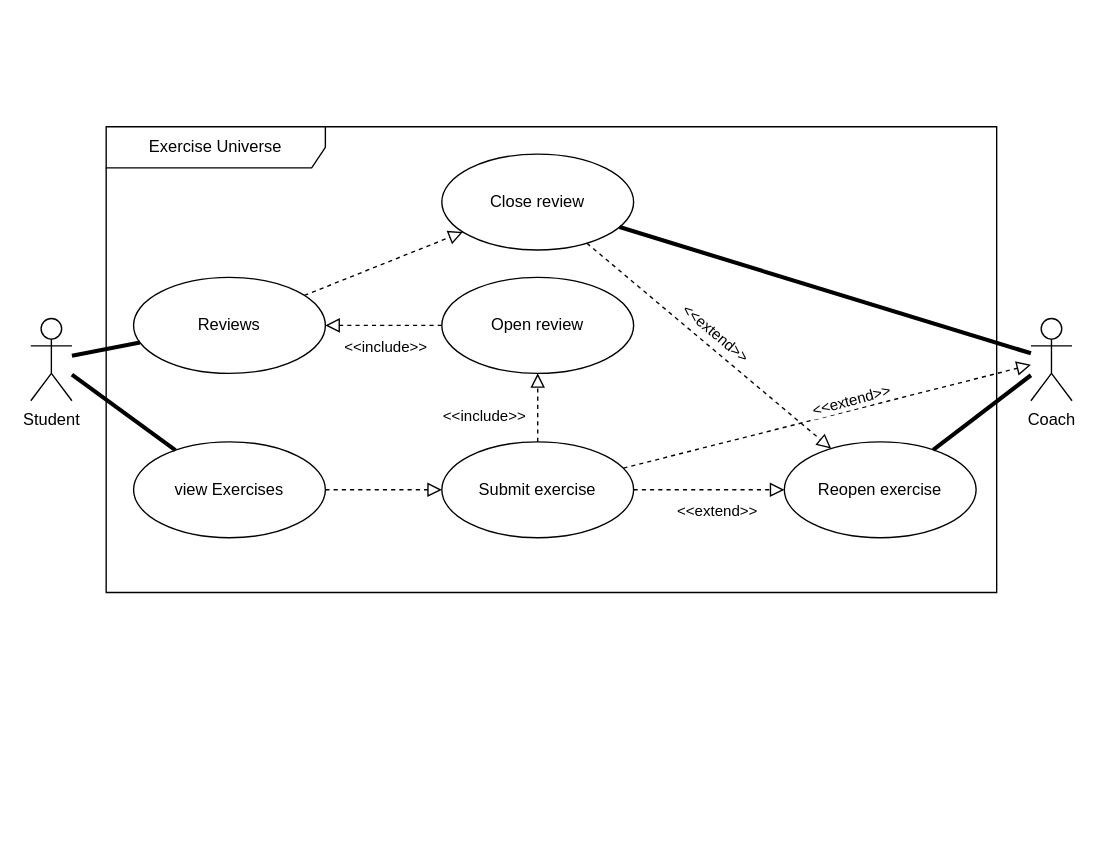
Above: Untitled Diagram.drawio in fabiantjuhh/fabiantjuhh (draw.io), before the change. Source tidied: cells renumbered, new cells numbered last; positions are measured from the earlier drawing's top-left corner, leaving out a move shared by most shapes. Both pictures are drawn from the tidied source at 137%, with x=0, y=0 at pixel (30, 126).
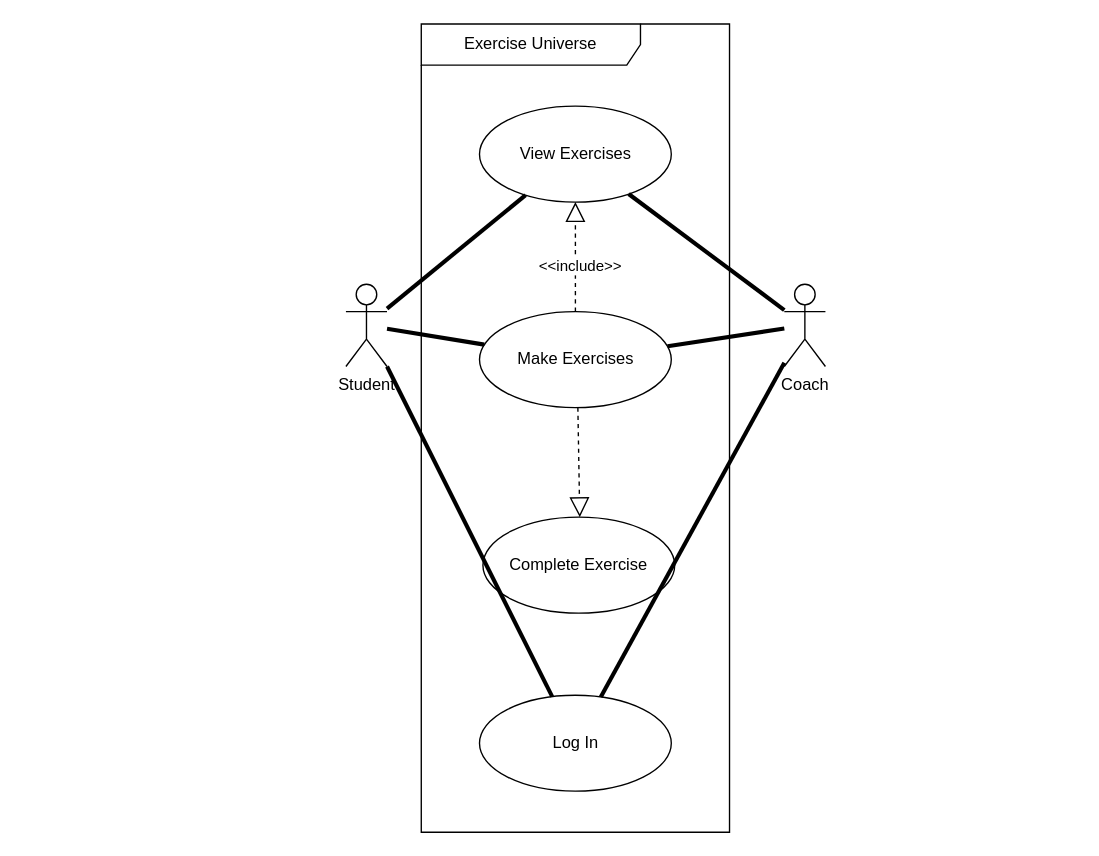
After the change.

The edit, as a diff of the source:
```diff
@@
     <mxCell id="2" value="Student" style="shape=umlActor;verticalLabelPosition=bottom;verticalAlign=top;html=1;" parent="1" vertex="1">
-      <mxGeometry y="140" width="30" height="60" as="geometry" />
+      <mxGeometry x="230" y="115" width="30" height="60" as="geometry" />
     </mxCell>
     <mxCell id="3" value="Coach" style="shape=umlActor;verticalLabelPosition=bottom;verticalAlign=top;html=1;" parent="1" vertex="1">
-      <mxGeometry x="730" y="140" width="30" height="60" as="geometry" />
+      <mxGeometry x="550" y="115" width="30" height="60" as="geometry" />
     </mxCell>
     <mxCell id="4" value="Exercise Universe" style="shape=umlFrame;whiteSpace=wrap;html=1;width=160;" parent="1" vertex="1">
-      <mxGeometry x="55" width="650" height="340" as="geometry" />
+      <mxGeometry x="285" y="-75" width="225" height="590" as="geometry" />
     </mxCell>
-    <mxCell id="5" value="&lt;div&gt;view Exercises&lt;/div&gt;" style="ellipse;whiteSpace=wrap;html=1;" parent="4" vertex="1">
-      <mxGeometry x="20" y="230" width="140" height="70" as="geometry" />
-    </mxCell>
-    <mxCell id="6" value="Reviews" style="ellipse;whiteSpace=wrap;html=1;" parent="4" vertex="1">
-      <mxGeometry x="20" y="110" width="140" height="70" as="geometry" />
-    </mxCell>
-    <mxCell id="7" value="&lt;div&gt;Close review&lt;/div&gt;" style="ellipse;whiteSpace=wrap;html=1;" parent="4" vertex="1">
-      <mxGeometry x="245" y="20" width="140" height="70" as="geometry" />
-    </mxCell>
-    <mxCell id="8" style="endArrow=block;startArrow=none;endFill=0;startFill=0;endSize=8;html=1;verticalAlign=bottom;dashed=1;labelBackgroundColor=none;rounded=0;" parent="4" edge="1" source="6" target="7">
-      <mxGeometry relative="1" as="geometry" />
-    </mxCell>
-    <mxCell id="9" value="Open review" style="ellipse;whiteSpace=wrap;html=1;" parent="4" vertex="1">
-      <mxGeometry x="245" y="110" width="140" height="70" as="geometry" />
-    </mxCell>
-    <mxCell id="10" style="endArrow=block;startArrow=none;endFill=0;startFill=0;endSize=8;html=1;verticalAlign=bottom;dashed=1;labelBackgroundColor=none;rounded=0;" parent="4" edge="1" source="9" target="6">
-      <mxGeometry relative="1" as="geometry" />
-    </mxCell>
-    <mxCell id="11" value="&amp;lt;&amp;lt;include&amp;gt;&amp;gt;" style="edgeLabel;html=1;align=center;verticalAlign=middle;" parent="10" vertex="1">
-      <mxGeometry x="-0.27" y="-1" relative="1" as="geometry">
-        <mxPoint x="-11" y="16" as="offset" />
-      </mxGeometry>
-    </mxCell>
-    <mxCell id="12" value="&lt;div&gt;Submit exercise&lt;/div&gt;" style="ellipse;whiteSpace=wrap;html=1;" parent="4" vertex="1">
-      <mxGeometry x="245" y="230" width="140" height="70" as="geometry" />
-    </mxCell>
-    <mxCell id="13" style="endArrow=block;startArrow=none;endFill=0;startFill=0;endSize=8;html=1;verticalAlign=bottom;dashed=1;labelBackgroundColor=none;rounded=0;" parent="4" edge="1" source="5" target="12">
-      <mxGeometry relative="1" as="geometry" />
-    </mxCell>
-    <mxCell id="14" style="endArrow=block;startArrow=none;endFill=0;startFill=0;endSize=8;html=1;verticalAlign=bottom;dashed=1;labelBackgroundColor=none;rounded=0;" parent="4" edge="1" source="12" target="9">
-      <mxGeometry relative="1" as="geometry" />
-    </mxCell>
-    <mxCell id="15" value="&amp;lt;&amp;lt;include&amp;gt;&amp;gt;" style="edgeLabel;html=1;align=center;verticalAlign=middle;" parent="14" vertex="1">
-      <mxGeometry x="-0.56" y="2" relative="1" as="geometry">
-        <mxPoint x="-38" y="-9" as="offset" />
-      </mxGeometry>
-    </mxCell>
-    <mxCell id="16" style="endArrow=block;startArrow=none;endFill=0;startFill=0;endSize=8;html=1;verticalAlign=bottom;dashed=1;labelBackgroundColor=none;rounded=0;" parent="4" edge="1" source="12" target="18">
-      <mxGeometry relative="1" as="geometry" />
-    </mxCell>
-    <mxCell id="17" value="&amp;lt;&amp;lt;extend&amp;gt;&amp;gt;" style="edgeLabel;html=1;align=center;verticalAlign=middle;" parent="16" vertex="1">
-      <mxGeometry x="-0.26" y="1" relative="1" as="geometry">
-        <mxPoint x="19" y="16" as="offset" />
-      </mxGeometry>
-    </mxCell>
-    <mxCell id="18" value="&lt;div&gt;Reopen exercise&lt;/div&gt;" style="ellipse;whiteSpace=wrap;html=1;" parent="4" vertex="1">
-      <mxGeometry x="495" y="230" width="140" height="70" as="geometry" />
-    </mxCell>
-    <mxCell id="19" style="endArrow=block;startArrow=none;endFill=0;startFill=0;endSize=8;html=1;verticalAlign=bottom;dashed=1;labelBackgroundColor=none;rounded=0;" parent="4" edge="1" source="7" target="18">
-      <mxGeometry relative="1" as="geometry" />
-    </mxCell>
-    <mxCell id="20" value="&amp;lt;&amp;lt;extend&amp;gt;&amp;gt;" style="edgeLabel;html=1;align=center;verticalAlign=middle;rotation=40;" parent="19" vertex="1">
-      <mxGeometry x="-0.27" y="2" relative="1" as="geometry">
-        <mxPoint x="28" y="12" as="offset" />
-      </mxGeometry>
-    </mxCell>
-    <mxCell id="21" style="endArrow=none;startArrow=none;endFill=0;startFill=0;endSize=8;html=1;verticalAlign=bottom;labelBackgroundColor=none;strokeWidth=3;rounded=0;" parent="1" edge="1" source="2" target="5">
-      <mxGeometry relative="1" as="geometry" />
-    </mxCell>
+    <mxCell id="27" value="Log In" style="ellipse;whiteSpace=wrap;html=1;" parent="4" vertex="1">
+      <mxGeometry x="42.5" y="490" width="140" height="70" as="geometry" />
+    </mxCell>
+    <mxCell id="28" value="View Exercises" style="ellipse;whiteSpace=wrap;html=1;" parent="4" vertex="1">
+      <mxGeometry x="42.5" y="60" width="140" height="70" as="geometry" />
+    </mxCell>
+    <mxCell id="29" value="&lt;div&gt;Make Exercises&lt;/div&gt;" style="ellipse;whiteSpace=wrap;html=1;" parent="4" vertex="1">
+      <mxGeometry x="42.5" y="210" width="140" height="70" as="geometry" />
+    </mxCell>
+    <mxCell id="30" value="Complete Exercise" style="ellipse;whiteSpace=wrap;html=1;" parent="4" vertex="1">
+      <mxGeometry x="45" y="360" width="140" height="70" as="geometry" />
+    </mxCell>
+    <mxCell id="31" style="endArrow=block;dashed=1;endFill=0;endSize=12;html=1;rounded=0;" parent="4" edge="1">
+      <mxGeometry relative="1" as="geometry">
+        <mxPoint x="114.3" y="280" as="sourcePoint" />
+        <mxPoint x="115.7" y="360" as="targetPoint" />
+      </mxGeometry>
+    </mxCell>
+    <mxCell id="32" style="endArrow=block;dashed=1;endFill=0;endSize=12;html=1;rounded=0;" parent="4" edge="1" source="29" target="28">
+      <mxGeometry relative="1" as="geometry" />
+    </mxCell>
+    <mxCell id="33" value="&amp;lt;&amp;lt;include&amp;gt;&amp;gt;" style="edgeLabel;html=1;align=center;verticalAlign=middle;" parent="32" vertex="1">
+      <mxGeometry x="-0.15" y="-2" relative="1" as="geometry">
+        <mxPoint x="1" as="offset" />
+      </mxGeometry>
+    </mxCell>
-    <mxCell id="22" style="endArrow=none;startArrow=none;endFill=0;startFill=0;endSize=8;html=1;verticalAlign=bottom;labelBackgroundColor=none;strokeWidth=3;rounded=0;" parent="1" edge="1" source="2" target="6">
+    <mxCell id="22" style="endArrow=none;startArrow=none;endFill=0;startFill=0;endSize=8;html=1;verticalAlign=bottom;labelBackgroundColor=none;strokeWidth=3;rounded=0;" parent="1" edge="1" source="2" target="27">
       <mxGeometry relative="1" as="geometry" />
     </mxCell>
-    <mxCell id="23" style="endArrow=none;startArrow=none;endFill=0;startFill=0;endSize=8;html=1;verticalAlign=bottom;labelBackgroundColor=none;strokeWidth=3;rounded=0;" parent="1" edge="1" source="7" target="3">
-      <mxGeometry relative="1" as="geometry" />
-    </mxCell>
-    <mxCell id="24" style="endArrow=block;startArrow=none;endFill=0;startFill=0;endSize=8;html=1;verticalAlign=bottom;dashed=1;labelBackgroundColor=none;rounded=0;" parent="1" edge="1" source="12" target="3">
-      <mxGeometry relative="1" as="geometry" />
-    </mxCell>
-    <mxCell id="25" value="&amp;lt;&amp;lt;extend&amp;gt;&amp;gt;" style="edgeLabel;html=1;align=center;verticalAlign=middle;rotation=-15;" parent="24" vertex="1">
-      <mxGeometry x="-0.17" relative="1" as="geometry">
-        <mxPoint x="43" y="-18" as="offset" />
-      </mxGeometry>
-    </mxCell>
-    <mxCell id="26" style="endArrow=none;startArrow=none;endFill=0;startFill=0;endSize=8;html=1;verticalAlign=bottom;labelBackgroundColor=none;strokeWidth=3;rounded=0;" parent="1" edge="1" source="18" target="3">
-      <mxGeometry relative="1" as="geometry" />
-    </mxCell>
+    <mxCell id="34" style="endArrow=none;startArrow=none;endFill=0;startFill=0;endSize=8;html=1;verticalAlign=bottom;labelBackgroundColor=none;strokeWidth=3;rounded=0;" parent="1" edge="1" source="27" target="3">
+      <mxGeometry relative="1" as="geometry" />
+    </mxCell>
+    <mxCell id="35" style="endArrow=none;startArrow=none;endFill=0;startFill=0;endSize=8;html=1;verticalAlign=bottom;labelBackgroundColor=none;strokeWidth=3;rounded=0;" parent="1" edge="1" source="3" target="28">
+      <mxGeometry relative="1" as="geometry" />
+    </mxCell>
+    <mxCell id="36" style="endArrow=none;startArrow=none;endFill=0;startFill=0;endSize=8;html=1;verticalAlign=bottom;labelBackgroundColor=none;strokeWidth=3;rounded=0;" parent="1" edge="1" source="2" target="29">
+      <mxGeometry relative="1" as="geometry" />
+    </mxCell>
+    <mxCell id="37" style="endArrow=none;startArrow=none;endFill=0;startFill=0;endSize=8;html=1;verticalAlign=bottom;labelBackgroundColor=none;strokeWidth=3;rounded=0;" parent="1" edge="1" source="29" target="3">
+      <mxGeometry relative="1" as="geometry" />
+    </mxCell>
+    <mxCell id="38" style="endArrow=none;startArrow=none;endFill=0;startFill=0;endSize=8;html=1;verticalAlign=bottom;labelBackgroundColor=none;strokeWidth=3;rounded=0;" parent="1" edge="1" source="2" target="28">
+      <mxGeometry relative="1" as="geometry" />
+    </mxCell>
```
